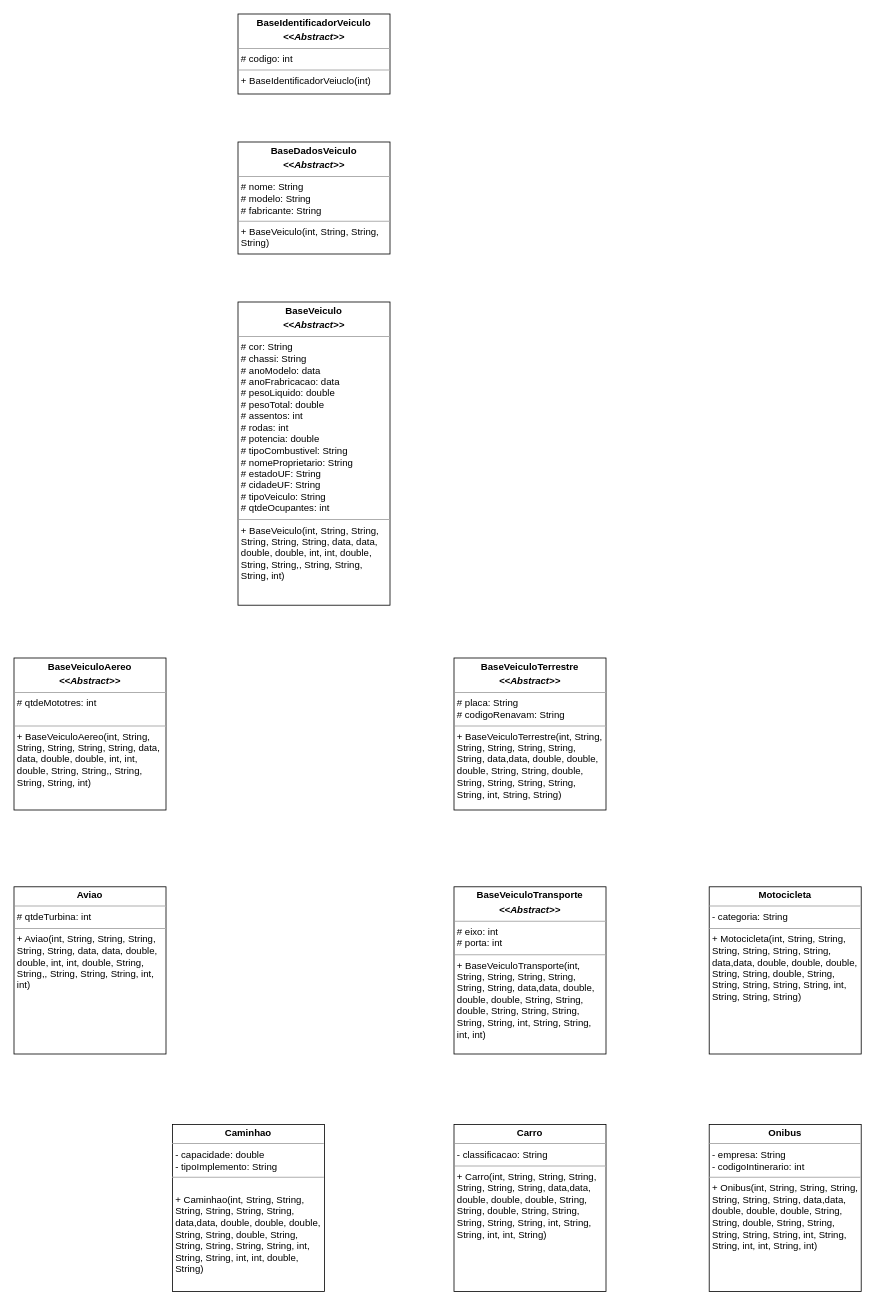
caiobr012/looAtivdade05 keeps this draw.io diagram as looAtividade05.drawio. Above is the earlier version. Source tidied: cells renumbered, new cells numbered last; positions are measured from the earlier drawing's top-left corner, leaving out a move shared by most shapes. Both pictures are drawn from the tidied source at 80%, with x=0, y=0 at pixel (14, 14).
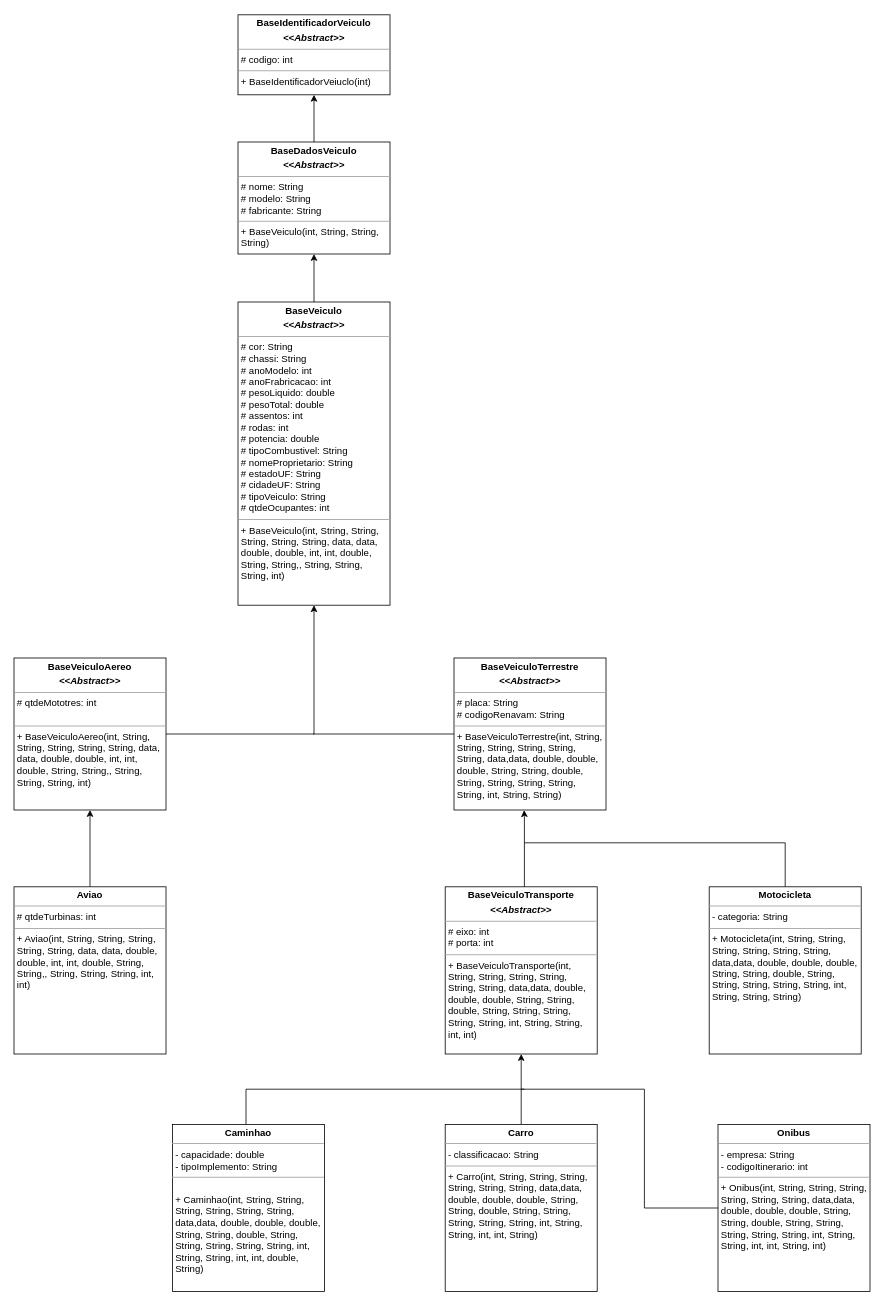
The same diagram, later.

The change refers to these unchanged cells:
```xml
<mxCell id="3" value="&lt;p style=&quot;border-color: var(--border-color); margin: 4px 0px 0px; text-align: center;&quot;&gt;&lt;b style=&quot;border-color: var(--border-color);&quot;&gt;BaseDadosVeiculo&lt;/b&gt;&lt;/p&gt;&lt;p style=&quot;border-color: var(--border-color); margin: 4px 0px 0px; text-align: center;&quot;&gt;&lt;i style=&quot;border-color: var(--border-color);&quot;&gt;&lt;b style=&quot;border-color: var(--border-color);&quot;&gt;&amp;lt;&amp;lt;Abstract&amp;gt;&amp;gt;&lt;/b&gt;&lt;/i&gt;&lt;/p&gt;&lt;hr size=&quot;1&quot;&gt;&lt;p style=&quot;margin:0px;margin-left:4px;&quot;&gt;# nome: String&lt;/p&gt;&lt;p style=&quot;margin:0px;margin-left:4px;&quot;&gt;# modelo: String&lt;/p&gt;&lt;p style=&quot;margin:0px;margin-left:4px;&quot;&gt;# fabricante: String&lt;/p&gt;&lt;hr size=&quot;1&quot;&gt;&lt;p style=&quot;margin:0px;margin-left:4px;&quot;&gt;+ BaseVeiculo(int, String, String, String)&lt;/p&gt;" style="verticalAlign=top;align=left;overflow=fill;fontSize=12;fontFamily=Helvetica;html=1;whiteSpace=wrap;" parent="1" vertex="1">
  <mxGeometry x="280" y="160" width="190" height="140" as="geometry" />
</mxCell>
<mxCell id="7" value="&lt;p style=&quot;margin:0px;margin-top:4px;text-align:center;&quot;&gt;&lt;b&gt;Motocicleta&lt;/b&gt;&lt;/p&gt;&lt;hr size=&quot;1&quot;&gt;&lt;p style=&quot;margin:0px;margin-left:4px;&quot;&gt;- categoria: String&lt;br&gt;&lt;/p&gt;&lt;hr size=&quot;1&quot;&gt;&lt;p style=&quot;margin:0px;margin-left:4px;&quot;&gt;+ Motocicleta(int, String, String, String, String, String, String, data,data, double, double, double, String, String, double, String, String, String, String, String, int, String, String, String)&lt;br&gt;&lt;/p&gt;" style="verticalAlign=top;align=left;overflow=fill;fontSize=12;fontFamily=Helvetica;html=1;whiteSpace=wrap;" parent="1" vertex="1">
  <mxGeometry x="869" y="1091" width="190" height="209" as="geometry" />
</mxCell>
<mxCell id="13" value="&lt;p style=&quot;border-color: var(--border-color); margin: 4px 0px 0px; text-align: center;&quot;&gt;&lt;b style=&quot;border-color: var(--border-color);&quot;&gt;BaseVeiculoAereo&lt;/b&gt;&lt;/p&gt;&lt;p style=&quot;border-color: var(--border-color); margin: 4px 0px 0px; text-align: center;&quot;&gt;&lt;i style=&quot;border-color: var(--border-color);&quot;&gt;&lt;b style=&quot;border-color: var(--border-color);&quot;&gt;&amp;lt;&amp;lt;Abstract&amp;gt;&amp;gt;&lt;/b&gt;&lt;/i&gt;&lt;/p&gt;&lt;hr size=&quot;1&quot;&gt;&lt;p style=&quot;margin:0px;margin-left:4px;&quot;&gt;# qtdeMototres: int&lt;br&gt;&lt;br&gt;&lt;/p&gt;&lt;hr size=&quot;1&quot;&gt;&lt;p style=&quot;margin:0px;margin-left:4px;&quot;&gt;+ BaseVeiculoAereo(int, String, String, String, String, String, data, data, double, double, int, int, double, String, String,, String, String, String, int)&lt;br&gt;&lt;/p&gt;" style="verticalAlign=top;align=left;overflow=fill;fontSize=12;fontFamily=Helvetica;html=1;whiteSpace=wrap;" parent="1" vertex="1">
  <mxGeometry y="805" width="190" height="190" as="geometry" />
</mxCell>
```

The edit, as a diff of the source:
```diff
@@
     <mxCell id="2" value="&lt;p style=&quot;margin:0px;margin-top:4px;text-align:center;&quot;&gt;&lt;b&gt;BaseIdentificadorVeiculo&lt;/b&gt;&lt;/p&gt;&lt;p style=&quot;margin:0px;margin-top:4px;text-align:center;&quot;&gt;&lt;i style=&quot;border-color: var(--border-color);&quot;&gt;&lt;b&gt;&amp;lt;&amp;lt;Abstract&amp;gt;&amp;gt;&lt;/b&gt;&lt;/i&gt;&lt;b&gt;&lt;br&gt;&lt;/b&gt;&lt;/p&gt;&lt;hr size=&quot;1&quot;&gt;&lt;p style=&quot;margin:0px;margin-left:4px;&quot;&gt;# codigo: int&lt;/p&gt;&lt;hr size=&quot;1&quot;&gt;&lt;p style=&quot;margin:0px;margin-left:4px;&quot;&gt;+ BaseIdentificadorVeiuclo(int)&lt;/p&gt;" style="verticalAlign=top;align=left;overflow=fill;fontSize=12;fontFamily=Helvetica;html=1;whiteSpace=wrap;" parent="1" vertex="1">
-      <mxGeometry x="280" width="190" height="100" as="geometry" />
+      <mxGeometry x="280" y="1" width="190" height="100" as="geometry" />
     </mxCell>
+    <mxCell id="14" style="edgeStyle=orthogonalEdgeStyle;rounded=0;jettySize=auto;html=1;" parent="1" edge="1" source="3" target="2">
+      <mxGeometry relative="1" as="geometry" />
+    </mxCell>
@@
+    <mxCell id="15" style="edgeStyle=orthogonalEdgeStyle;rounded=0;jettySize=auto;html=1;" parent="1" edge="1" source="4" target="3">
+      <mxGeometry relative="1" as="geometry" />
+    </mxCell>
-    <mxCell id="4" value="&lt;p style=&quot;border-color: var(--border-color); margin: 4px 0px 0px; text-align: center;&quot;&gt;&lt;b&gt;BaseVeiculo&lt;/b&gt;&lt;/p&gt;&lt;p style=&quot;border-color: var(--border-color); margin: 4px 0px 0px; text-align: center;&quot;&gt;&lt;i style=&quot;border-color: var(--border-color);&quot;&gt;&lt;b style=&quot;border-color: var(--border-color);&quot;&gt;&amp;lt;&amp;lt;Abstract&amp;gt;&amp;gt;&lt;/b&gt;&lt;/i&gt;&lt;/p&gt;&lt;hr size=&quot;1&quot;&gt;&lt;p style=&quot;margin:0px;margin-left:4px;&quot;&gt;# cor: String&lt;/p&gt;&lt;p style=&quot;margin:0px;margin-left:4px;&quot;&gt;# chassi: String&lt;/p&gt;&lt;p style=&quot;margin:0px;margin-left:4px;&quot;&gt;# anoModelo: data&lt;/p&gt;&lt;p style=&quot;margin:0px;margin-left:4px;&quot;&gt;# anoFrabricacao: data&lt;/p&gt;&lt;p style=&quot;margin:0px;margin-left:4px;&quot;&gt;# pesoLiquido: double&lt;/p&gt;&lt;p style=&quot;margin:0px;margin-left:4px;&quot;&gt;# pesoTotal: double&lt;/p&gt;&lt;p style=&quot;margin:0px;margin-left:4px;&quot;&gt;# assentos: int&lt;/p&gt;&lt;p style=&quot;margin:0px;margin-left:4px;&quot;&gt;# rodas: int&lt;/p&gt;&lt;p style=&quot;margin:0px;margin-left:4px;&quot;&gt;# potencia: double&lt;/p&gt;&lt;p style=&quot;margin:0px;margin-left:4px;&quot;&gt;# tipoCombustivel: String&lt;/p&gt;&lt;p style=&quot;margin:0px;margin-left:4px;&quot;&gt;# nomeProprietario: String&lt;/p&gt;&lt;p style=&quot;margin:0px;margin-left:4px;&quot;&gt;# estadoUF: String&lt;/p&gt;&lt;p style=&quot;margin:0px;margin-left:4px;&quot;&gt;# cidadeUF: String&lt;/p&gt;&lt;p style=&quot;margin:0px;margin-left:4px;&quot;&gt;# tipoVeiculo: String&lt;/p&gt;&lt;p style=&quot;margin:0px;margin-left:4px;&quot;&gt;# qtdeOcupantes: int&lt;/p&gt;&lt;hr size=&quot;1&quot;&gt;&lt;p style=&quot;margin:0px;margin-left:4px;&quot;&gt;+ BaseVeiculo(int, String, String, String, String, String, data, data, double, double, int, int, double, String, String,, String, String, String, int)&lt;/p&gt;" style="verticalAlign=top;align=left;overflow=fill;fontSize=12;fontFamily=Helvetica;html=1;whiteSpace=wrap;" parent="1" vertex="1">
+    <mxCell id="4" value="&lt;p style=&quot;border-color: var(--border-color); margin: 4px 0px 0px; text-align: center;&quot;&gt;&lt;b&gt;BaseVeiculo&lt;/b&gt;&lt;/p&gt;&lt;p style=&quot;border-color: var(--border-color); margin: 4px 0px 0px; text-align: center;&quot;&gt;&lt;i style=&quot;border-color: var(--border-color);&quot;&gt;&lt;b style=&quot;border-color: var(--border-color);&quot;&gt;&amp;lt;&amp;lt;Abstract&amp;gt;&amp;gt;&lt;/b&gt;&lt;/i&gt;&lt;/p&gt;&lt;hr size=&quot;1&quot;&gt;&lt;p style=&quot;margin:0px;margin-left:4px;&quot;&gt;# cor: String&lt;/p&gt;&lt;p style=&quot;margin:0px;margin-left:4px;&quot;&gt;# chassi: String&lt;/p&gt;&lt;p style=&quot;margin:0px;margin-left:4px;&quot;&gt;# anoModelo: int&lt;/p&gt;&lt;p style=&quot;margin:0px;margin-left:4px;&quot;&gt;# anoFrabricacao: int&lt;/p&gt;&lt;p style=&quot;margin:0px;margin-left:4px;&quot;&gt;# pesoLiquido: double&lt;/p&gt;&lt;p style=&quot;margin:0px;margin-left:4px;&quot;&gt;# pesoTotal: double&lt;/p&gt;&lt;p style=&quot;margin:0px;margin-left:4px;&quot;&gt;# assentos: int&lt;/p&gt;&lt;p style=&quot;margin:0px;margin-left:4px;&quot;&gt;# rodas: int&lt;/p&gt;&lt;p style=&quot;margin:0px;margin-left:4px;&quot;&gt;# potencia: double&lt;/p&gt;&lt;p style=&quot;margin:0px;margin-left:4px;&quot;&gt;# tipoCombustivel: String&lt;/p&gt;&lt;p style=&quot;margin:0px;margin-left:4px;&quot;&gt;# nomeProprietario: String&lt;/p&gt;&lt;p style=&quot;margin:0px;margin-left:4px;&quot;&gt;# estadoUF: String&lt;/p&gt;&lt;p style=&quot;margin:0px;margin-left:4px;&quot;&gt;# cidadeUF: String&lt;/p&gt;&lt;p style=&quot;margin:0px;margin-left:4px;&quot;&gt;# tipoVeiculo: String&lt;/p&gt;&lt;p style=&quot;margin:0px;margin-left:4px;&quot;&gt;# qtdeOcupantes: int&lt;/p&gt;&lt;hr size=&quot;1&quot;&gt;&lt;p style=&quot;margin:0px;margin-left:4px;&quot;&gt;+ BaseVeiculo(int, String, String, String, String, String, data, data, double, double, int, int, double, String, String,, String, String, String, int)&lt;/p&gt;" style="verticalAlign=top;align=left;overflow=fill;fontSize=12;fontFamily=Helvetica;html=1;whiteSpace=wrap;" parent="1" vertex="1">
       <mxGeometry x="280" y="360" width="190" height="379" as="geometry" />
     </mxCell>
@@
+    <mxCell id="16" style="edgeStyle=orthogonalEdgeStyle;rounded=0;jettySize=auto;html=1;endArrow=none;endFill=0;" parent="1" edge="1" source="7">
+      <mxGeometry relative="1" as="geometry">
+        <mxPoint x="638" y="1036" as="targetPoint" />
+        <Array as="points">
+          <mxPoint x="964" y="1036" />
+        </Array>
+      </mxGeometry>
+    </mxCell>
@@
+    <mxCell id="17" style="edgeStyle=orthogonalEdgeStyle;rounded=0;jettySize=auto;html=1;" parent="1" edge="1" source="8" target="13">
+      <mxGeometry relative="1" as="geometry" />
+    </mxCell>
-    <mxCell id="8" value="&lt;p style=&quot;margin:0px;margin-top:4px;text-align:center;&quot;&gt;&lt;b&gt;Aviao&lt;/b&gt;&lt;/p&gt;&lt;hr size=&quot;1&quot;&gt;&lt;p style=&quot;margin:0px;margin-left:4px;&quot;&gt;# qtdeTurbina: int&lt;/p&gt;&lt;hr size=&quot;1&quot;&gt;&lt;p style=&quot;margin:0px;margin-left:4px;&quot;&gt;+ Aviao(int, String, String, String, String, String, data, data, double, double, int, int, double, String, String,, String, String, String, int, int)&lt;br&gt;&lt;/p&gt;" style="verticalAlign=top;align=left;overflow=fill;fontSize=12;fontFamily=Helvetica;html=1;whiteSpace=wrap;" parent="1" vertex="1">
+    <mxCell id="8" value="&lt;p style=&quot;margin:0px;margin-top:4px;text-align:center;&quot;&gt;&lt;b&gt;Aviao&lt;/b&gt;&lt;/p&gt;&lt;hr size=&quot;1&quot;&gt;&lt;p style=&quot;margin:0px;margin-left:4px;&quot;&gt;# qtdeTurbinas: int&lt;/p&gt;&lt;hr size=&quot;1&quot;&gt;&lt;p style=&quot;margin:0px;margin-left:4px;&quot;&gt;+ Aviao(int, String, String, String, String, String, data, data, double, double, int, int, double, String, String,, String, String, String, int, int)&lt;br&gt;&lt;/p&gt;" style="verticalAlign=top;align=left;overflow=fill;fontSize=12;fontFamily=Helvetica;html=1;whiteSpace=wrap;" parent="1" vertex="1">
       <mxGeometry y="1091" width="190" height="209" as="geometry" />
     </mxCell>
+    <mxCell id="18" style="edgeStyle=orthogonalEdgeStyle;rounded=0;orthogonalLoop=1;jettySize=auto;html=1;endArrow=classic;endFill=1;entryX=0.456;entryY=1.001;entryDx=0;entryDy=0;entryPerimeter=0;" parent="1" edge="1">
+      <mxGeometry relative="1" as="geometry">
+        <mxPoint x="636" y="1099" as="sourcePoint" />
+        <mxPoint x="637.6" y="995.2" as="targetPoint" />
+        <Array as="points">
+          <mxPoint x="638" y="1099" />
+          <mxPoint x="638" y="1003" />
+          <mxPoint x="638" y="1003" />
+        </Array>
+      </mxGeometry>
+    </mxCell>
     <mxCell id="9" value="&lt;p style=&quot;border-color: var(--border-color); margin: 4px 0px 0px; text-align: center;&quot;&gt;&lt;b style=&quot;border-color: var(--border-color);&quot;&gt;BaseVeiculoTransporte&lt;/b&gt;&lt;/p&gt;&lt;p style=&quot;border-color: var(--border-color); margin: 4px 0px 0px; text-align: center;&quot;&gt;&lt;i style=&quot;border-color: var(--border-color);&quot;&gt;&lt;b style=&quot;border-color: var(--border-color);&quot;&gt;&amp;lt;&amp;lt;Abstract&amp;gt;&amp;gt;&lt;/b&gt;&lt;/i&gt;&lt;/p&gt;&lt;hr size=&quot;1&quot;&gt;&lt;p style=&quot;margin:0px;margin-left:4px;&quot;&gt;# eixo: int&lt;/p&gt;&lt;p style=&quot;margin:0px;margin-left:4px;&quot;&gt;# porta: int&lt;/p&gt;&lt;hr size=&quot;1&quot;&gt;&lt;p style=&quot;margin:0px;margin-left:4px;&quot;&gt;+ BaseVeiculoTransporte(int, String, String, String, String, String, String, data,data, double, double, double, String, String, double, String, String, String, String, String, int, String, String, int, int)&lt;br&gt;&lt;/p&gt;" style="verticalAlign=top;align=left;overflow=fill;fontSize=12;fontFamily=Helvetica;html=1;whiteSpace=wrap;" parent="1" vertex="1">
-      <mxGeometry x="550" y="1091" width="190" height="209" as="geometry" />
+      <mxGeometry x="539" y="1091" width="190" height="209" as="geometry" />
     </mxCell>
+    <mxCell id="19" style="edgeStyle=orthogonalEdgeStyle;rounded=0;orthogonalLoop=1;jettySize=auto;html=1;endArrow=none;endFill=0;" parent="1" edge="1">
+      <mxGeometry relative="1" as="geometry">
+        <mxPoint x="290" y="1493.6" as="sourcePoint" />
+        <mxPoint x="638" y="1344" as="targetPoint" />
+        <Array as="points">
+          <mxPoint x="290" y="1344" />
+          <mxPoint x="540" y="1344" />
+        </Array>
+      </mxGeometry>
+    </mxCell>
@@
+    <mxCell id="20" style="edgeStyle=orthogonalEdgeStyle;rounded=0;jettySize=auto;html=1;" parent="1" edge="1" source="11" target="9">
+      <mxGeometry relative="1" as="geometry" />
+    </mxCell>
     <mxCell id="11" value="&lt;p style=&quot;margin:0px;margin-top:4px;text-align:center;&quot;&gt;&lt;b&gt;Carro&lt;/b&gt;&lt;/p&gt;&lt;hr size=&quot;1&quot;&gt;&lt;p style=&quot;margin:0px;margin-left:4px;&quot;&gt;- classificacao: String&lt;/p&gt;&lt;hr size=&quot;1&quot;&gt;&lt;p style=&quot;margin:0px;margin-left:4px;&quot;&gt;+ Carro(int, String, String, String, String, String, String, data,data, double, double, double, String, String, double, String, String, String, String, String, int, String, String, int, int, String)&lt;br&gt;&lt;/p&gt;" style="verticalAlign=top;align=left;overflow=fill;fontSize=12;fontFamily=Helvetica;html=1;whiteSpace=wrap;" parent="1" vertex="1">
-      <mxGeometry x="550" y="1388" width="190" height="209" as="geometry" />
+      <mxGeometry x="539" y="1388" width="190" height="209" as="geometry" />
     </mxCell>
+    <mxCell id="21" style="edgeStyle=orthogonalEdgeStyle;rounded=0;jettySize=auto;html=1;endArrow=none;endFill=0;exitX=0;exitY=0.5;exitDx=0;exitDy=0;" parent="1" edge="1" source="12">
+      <mxGeometry relative="1" as="geometry">
+        <mxPoint x="634" y="1344" as="targetPoint" />
+        <Array as="points">
+          <mxPoint x="788" y="1493" />
+          <mxPoint x="788" y="1344" />
+        </Array>
+      </mxGeometry>
+    </mxCell>
-    <mxCell id="12" value="&lt;p style=&quot;margin:0px;margin-top:4px;text-align:center;&quot;&gt;&lt;b&gt;Onibus&lt;/b&gt;&lt;/p&gt;&lt;hr size=&quot;1&quot;&gt;&lt;p style=&quot;margin:0px;margin-left:4px;&quot;&gt;- empresa: String&lt;br&gt;- codigoIntinerario: int&lt;/p&gt;&lt;hr size=&quot;1&quot;&gt;&lt;p style=&quot;margin:0px;margin-left:4px;&quot;&gt;+ Onibus(int, String, String, String, String, String, String, data,data, double, double, double, String, String, double, String, String, String, String, String, int, String, String, int, int, String, int)&lt;br&gt;&lt;/p&gt;" style="verticalAlign=top;align=left;overflow=fill;fontSize=12;fontFamily=Helvetica;html=1;whiteSpace=wrap;" parent="1" vertex="1">
-      <mxGeometry x="869" y="1388" width="190" height="209" as="geometry" />
+    <mxCell id="12" value="&lt;p style=&quot;margin:0px;margin-top:4px;text-align:center;&quot;&gt;&lt;b&gt;Onibus&lt;/b&gt;&lt;/p&gt;&lt;hr size=&quot;1&quot;&gt;&lt;p style=&quot;margin:0px;margin-left:4px;&quot;&gt;- empresa: String&lt;br&gt;- codigoItinerario: int&lt;/p&gt;&lt;hr size=&quot;1&quot;&gt;&lt;p style=&quot;margin:0px;margin-left:4px;&quot;&gt;+ Onibus(int, String, String, String, String, String, String, data,data, double, double, double, String, String, double, String, String, String, String, String, int, String, String, int, int, String, int)&lt;br&gt;&lt;/p&gt;" style="verticalAlign=top;align=left;overflow=fill;fontSize=12;fontFamily=Helvetica;html=1;whiteSpace=wrap;" parent="1" vertex="1">
+      <mxGeometry x="880" y="1388" width="190" height="209" as="geometry" />
     </mxCell>
+    <mxCell id="22" style="edgeStyle=orthogonalEdgeStyle;rounded=0;jettySize=auto;html=1;entryX=0.5;entryY=1;entryDx=0;entryDy=0;" parent="1" edge="1" source="13" target="4">
+      <mxGeometry relative="1" as="geometry" />
+    </mxCell>
@@
+    <mxCell id="23" style="line;strokeWidth=1;fillColor=none;align=left;verticalAlign=middle;spacingTop=-1;spacingLeft=3;spacingRight=3;labelPosition=right;strokeColor=inherit;" parent="1" vertex="1">
+      <mxGeometry x="374" y="896" width="176" height="8" as="geometry" />
+    </mxCell>
```
